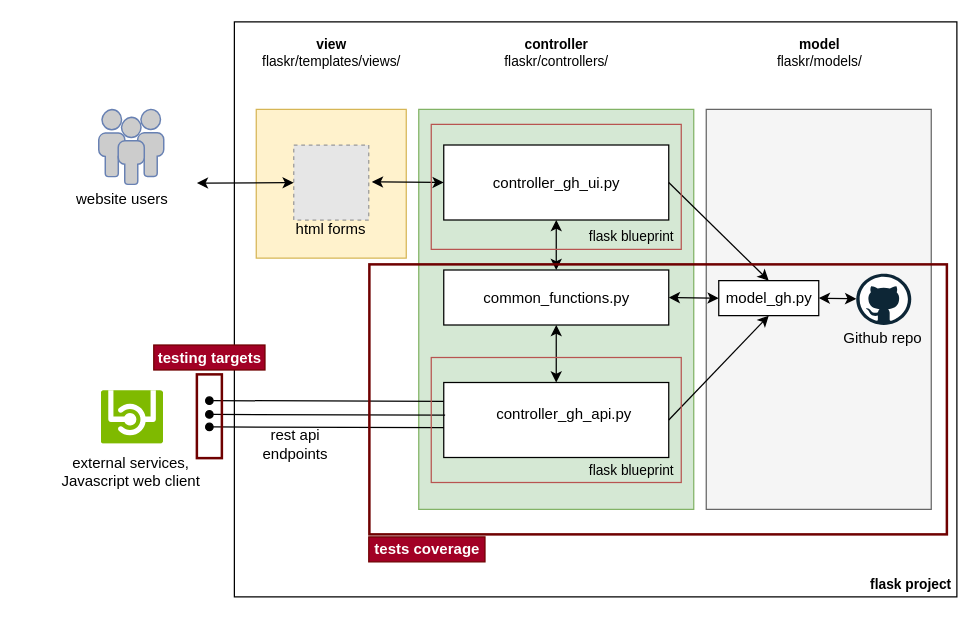
Before: docs/diagram.drawio in datahappy1/flask_mvc_github_example_project, a draw.io diagram. Source tidied: cells renumbered, new cells numbered last; positions are measured from the earlier drawing's top-left corner, leaving out a move shared by most shapes. Both pictures are drawn from the tidied source at 125%, with x=0, y=0 at pixel (21, 21). Pictures stored in the file or linked from it are replaced by grey dashed boxes.
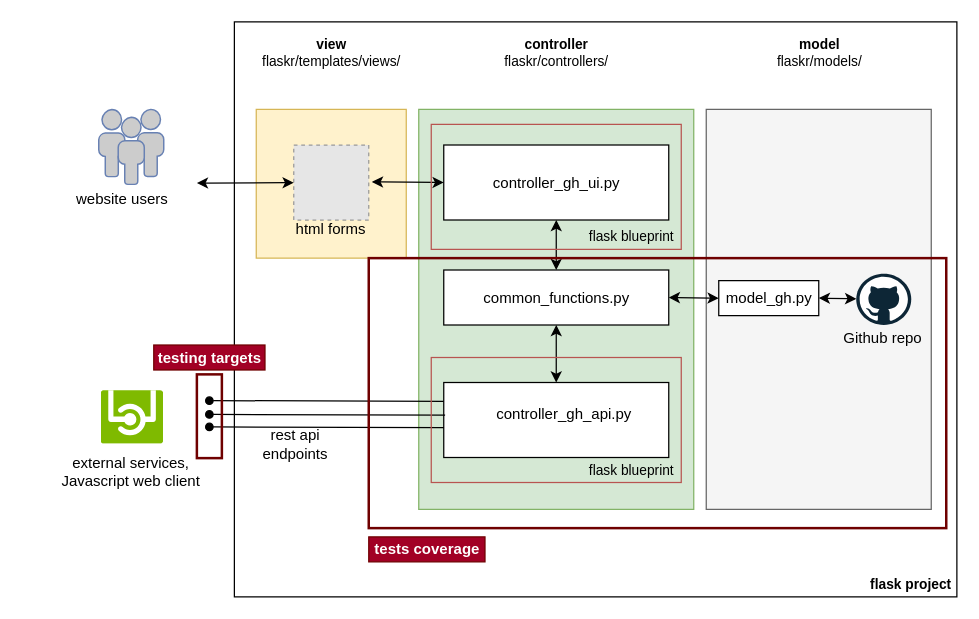
The same diagram, later.

The change refers to these unchanged cells:
```xml
<mxCell id="7" style="rounded=0;whiteSpace=wrap;html=1;" parent="1" vertex="1">
  <mxGeometry x="337.5" y="98.5" width="180" height="60" as="geometry" />
</mxCell>
<mxCell id="8" style="rounded=0;whiteSpace=wrap;html=1;" parent="1" vertex="1">
  <mxGeometry x="337.5" y="288.5" width="180" height="60" as="geometry" />
</mxCell>
<mxCell id="21" value="model_gh.py" style="rounded=0;whiteSpace=wrap;html=1;" parent="1" vertex="1">
  <mxGeometry x="557.5" y="207" width="80" height="28" as="geometry" />
</mxCell>
```

Change to the diagram source:
```diff
@@
-    <mxCell id="32" style="endArrow=classic;html=1;entryX=0.5;entryY=1;entryDx=0;entryDy=0;exitX=1;exitY=0.5;exitDx=0;exitDy=0;" parent="1" edge="1" source="8" target="21">
-      <mxGeometry relative="1" as="geometry" />
-    </mxCell>
-    <mxCell id="33" style="endArrow=classic;html=1;entryX=0.5;entryY=0;entryDx=0;entryDy=0;exitX=1;exitY=0.5;exitDx=0;exitDy=0;" parent="1" edge="1" source="7" target="21">
-      <mxGeometry relative="1" as="geometry" />
-    </mxCell>
@@
     <mxCell id="44" style="rounded=0;whiteSpace=wrap;html=1;fillColor=none;strokeColor=#6F0000;fontColor=#ffffff;strokeWidth=2;" parent="1" vertex="1">
-      <mxGeometry x="278" y="194" width="462" height="216" as="geometry" />
+      <mxGeometry x="277.5" y="189" width="462" height="216" as="geometry" />
     </mxCell>
```
